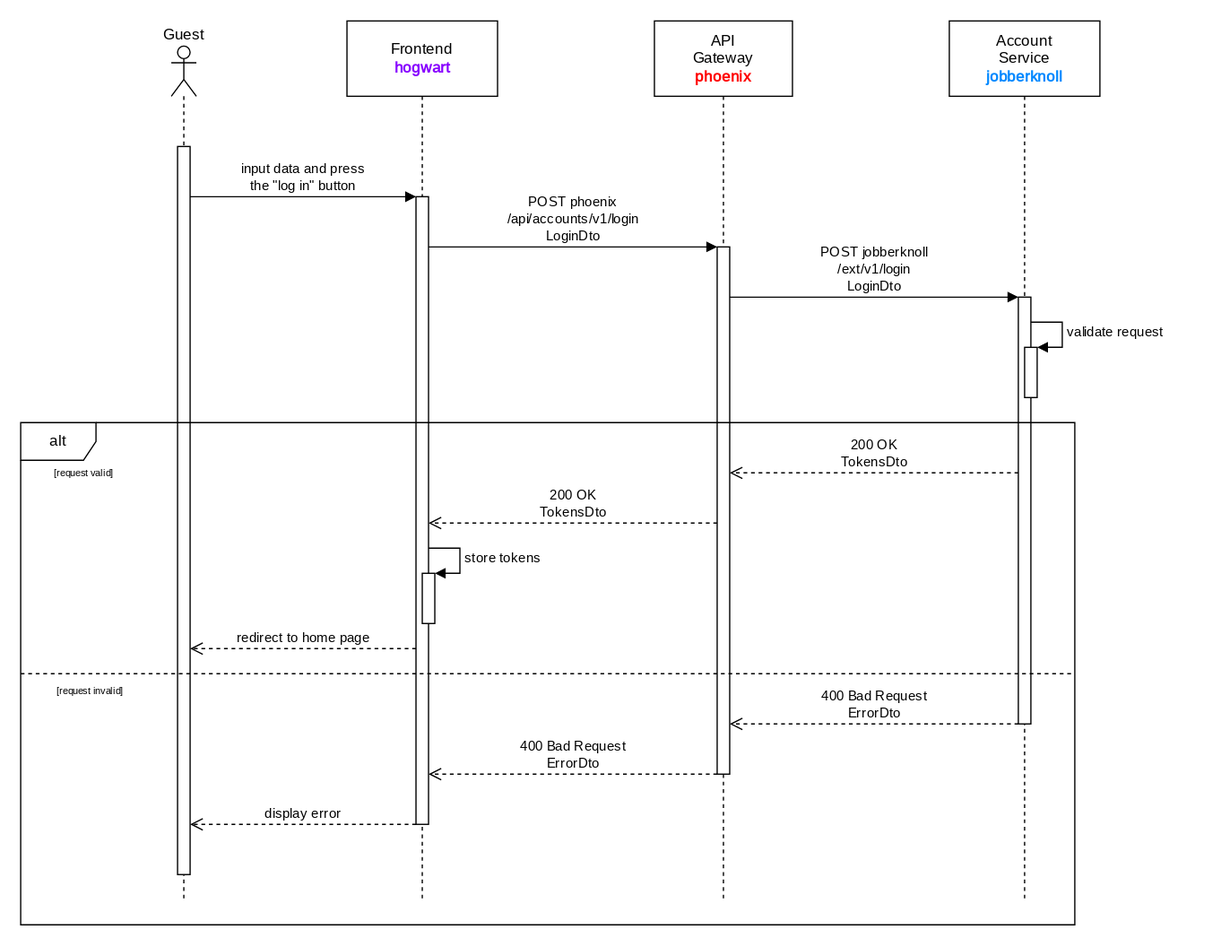
Earlier version of the draw.io export documentation/course/e2/images/sequence-diagram-jobberknoll-login.drawio.svg (PWR-ACS-SE-24/SoftwareSystemDesign). Source tidied: cells renumbered, new cells last; positions are measured from the earlier drawing's top-left corner, leaving out a move shared by most shapes. Source of this version:
```xml
<mxGraphModel>
  <root>
    <mxCell id="0" />
    <mxCell id="1" parent="0" />
    <mxCell id="2" value="&lt;div&gt;Account&lt;/div&gt;&lt;div&gt;Service&lt;/div&gt;&lt;div&gt;&lt;font color=&quot;#0088ff&quot;&gt;&lt;b&gt;jobberknoll&lt;/b&gt;&lt;/font&gt;&lt;br&gt;&lt;/div&gt;" style="shape=umlLifeline;perimeter=lifelinePerimeter;whiteSpace=wrap;html=1;newEdgeStyle={&quot;curved&quot;:0,&quot;rounded&quot;:0};size=60;fontFamily=JetBrains Mono;fontSource=https%3A%2F%2Ffonts.googleapis.com%2Fcss%3Ffamily%3DJetBrains%2BMono;" parent="1" vertex="1">
      <mxGeometry x="740" width="120" height="700" as="geometry" />
    </mxCell>
    <mxCell id="3" style="html=1;points=[[0,0,0,0,5],[0,1,0,0,-5],[1,0,0,0,5],[1,1,0,0,-5]];perimeter=orthogonalPerimeter;outlineConnect=0;targetShapes=umlLifeline;portConstraint=eastwest;newEdgeStyle={&quot;curved&quot;:0,&quot;rounded&quot;:0};fontFamily=JetBrains Mono;fontSource=https%3A%2F%2Ffonts.googleapis.com%2Fcss%3Ffamily%3DJetBrains%2BMono;" parent="2" vertex="1">
      <mxGeometry x="55" y="220" width="10" height="340" as="geometry" />
    </mxCell>
    <mxCell id="4" style="html=1;points=[[0,0,0,0,5],[0,1,0,0,-5],[1,0,0,0,5],[1,1,0,0,-5]];perimeter=orthogonalPerimeter;outlineConnect=0;targetShapes=umlLifeline;portConstraint=eastwest;newEdgeStyle={&quot;curved&quot;:0,&quot;rounded&quot;:0};fontFamily=JetBrains Mono;fontSource=https%3A%2F%2Ffonts.googleapis.com%2Fcss%3Ffamily%3DJetBrains%2BMono;" parent="2" vertex="1">
      <mxGeometry x="60" y="260" width="10" height="40" as="geometry" />
    </mxCell>
    <mxCell id="5" value="validate request" style="html=1;align=left;spacingLeft=2;endArrow=block;rounded=0;edgeStyle=orthogonalEdgeStyle;curved=0;rounded=0;fontFamily=JetBrains Mono;fontSource=https%3A%2F%2Ffonts.googleapis.com%2Fcss%3Ffamily%3DJetBrains%2BMono;" parent="2" edge="1" source="3" target="4">
      <mxGeometry relative="1" as="geometry">
        <Array as="points">
          <mxPoint x="90" y="240" />
          <mxPoint x="90" y="260" />
        </Array>
      </mxGeometry>
    </mxCell>
    <mxCell id="6" value="&lt;div&gt;API&lt;/div&gt;&lt;div&gt;Gateway&lt;/div&gt;&lt;div&gt;&lt;b&gt;&lt;font color=&quot;#ff0000&quot;&gt;phoenix&lt;/font&gt;&lt;/b&gt;&lt;br&gt;&lt;/div&gt;" style="shape=umlLifeline;perimeter=lifelinePerimeter;whiteSpace=wrap;html=1;newEdgeStyle={&quot;curved&quot;:0,&quot;rounded&quot;:0};size=60;fontFamily=JetBrains Mono;fontSource=https%3A%2F%2Ffonts.googleapis.com%2Fcss%3Ffamily%3DJetBrains%2BMono;" parent="1" vertex="1">
      <mxGeometry x="505" width="110" height="700" as="geometry" />
    </mxCell>
    <mxCell id="7" style="html=1;points=[[0,0,0,0,5],[0,1,0,0,-5],[1,0,0,0,5],[1,1,0,0,-5]];perimeter=orthogonalPerimeter;outlineConnect=0;targetShapes=umlLifeline;portConstraint=eastwest;newEdgeStyle={&quot;curved&quot;:0,&quot;rounded&quot;:0};fontFamily=JetBrains Mono;fontSource=https%3A%2F%2Ffonts.googleapis.com%2Fcss%3Ffamily%3DJetBrains%2BMono;" parent="6" vertex="1">
      <mxGeometry x="50" y="180" width="10" height="420" as="geometry" />
    </mxCell>
    <mxCell id="8" value="&lt;div&gt;&lt;font style=&quot;font-size: 11px;&quot;&gt;POST phoenix&lt;/font&gt;&lt;/div&gt;&lt;div&gt;&lt;font style=&quot;font-size: 11px;&quot;&gt;/api/accounts/v1/login&lt;/font&gt;&lt;/div&gt;LoginDto" style="html=1;verticalAlign=bottom;endArrow=block;curved=0;rounded=0;fontFamily=JetBrains Mono;fontSource=https%3A%2F%2Ffonts.googleapis.com%2Fcss%3Ffamily%3DJetBrains%2BMono;" parent="1" edge="1" source="11" target="7">
      <mxGeometry relative="1" as="geometry">
        <Array as="points">
          <mxPoint x="440" y="180" />
        </Array>
      </mxGeometry>
    </mxCell>
    <mxCell id="9" value="&lt;div&gt;&lt;font&gt;POST jobberknoll&lt;/font&gt;&lt;/div&gt;&lt;div&gt;&lt;font&gt;/ext/v1/login&lt;/font&gt;&lt;/div&gt;&lt;div&gt;&lt;font&gt;LoginDto&lt;br&gt;&lt;/font&gt;&lt;/div&gt;" style="html=1;verticalAlign=bottom;endArrow=block;curved=0;rounded=0;fontFamily=JetBrains Mono;fontSource=https%3A%2F%2Ffonts.googleapis.com%2Fcss%3Ffamily%3DJetBrains%2BMono;" parent="1" edge="1" source="7" target="3">
      <mxGeometry relative="1" as="geometry">
        <Array as="points">
          <mxPoint x="720" y="220" />
        </Array>
      </mxGeometry>
    </mxCell>
    <mxCell id="10" value="&lt;div&gt;Frontend&lt;/div&gt;&lt;div&gt;&lt;b&gt;&lt;font color=&quot;#8800ff&quot;&gt;hogwart&lt;/font&gt;&lt;/b&gt;&lt;br&gt;&lt;/div&gt;" style="shape=umlLifeline;perimeter=lifelinePerimeter;whiteSpace=wrap;html=1;newEdgeStyle={&quot;curved&quot;:0,&quot;rounded&quot;:0};size=60;fontFamily=JetBrains Mono;fontSource=https%3A%2F%2Ffonts.googleapis.com%2Fcss%3Ffamily%3DJetBrains%2BMono;" parent="1" vertex="1">
      <mxGeometry x="260" width="120" height="700" as="geometry" />
    </mxCell>
    <mxCell id="11" style="html=1;points=[[0,0,0,0,5],[0,1,0,0,-5],[1,0,0,0,5],[1,1,0,0,-5]];perimeter=orthogonalPerimeter;outlineConnect=0;targetShapes=umlLifeline;portConstraint=eastwest;newEdgeStyle={&quot;curved&quot;:0,&quot;rounded&quot;:0};fontFamily=JetBrains Mono;fontSource=https%3A%2F%2Ffonts.googleapis.com%2Fcss%3Ffamily%3DJetBrains%2BMono;" parent="10" vertex="1">
      <mxGeometry x="55" y="140" width="10" height="500" as="geometry" />
    </mxCell>
    <mxCell id="12" value="Guest" style="shape=umlLifeline;perimeter=lifelinePerimeter;whiteSpace=wrap;html=1;newEdgeStyle={&quot;curved&quot;:0,&quot;rounded&quot;:0};participant=umlActor;labelPosition=center;verticalLabelPosition=top;align=center;verticalAlign=bottom;fontFamily=JetBrains Mono;fontSource=https%3A%2F%2Ffonts.googleapis.com%2Fcss%3Ffamily%3DJetBrains%2BMono;" parent="1" vertex="1">
      <mxGeometry x="120" y="20" width="20" height="680" as="geometry" />
    </mxCell>
    <mxCell id="13" style="html=1;points=[[0,0,0,0,5],[0,1,0,0,-5],[1,0,0,0,5],[1,1,0,0,-5]];perimeter=orthogonalPerimeter;outlineConnect=0;targetShapes=umlLifeline;portConstraint=eastwest;newEdgeStyle={&quot;curved&quot;:0,&quot;rounded&quot;:0};fontFamily=JetBrains Mono;fontSource=https%3A%2F%2Ffonts.googleapis.com%2Fcss%3Ffamily%3DJetBrains%2BMono;" parent="12" vertex="1">
      <mxGeometry x="5" y="80" width="10" height="580" as="geometry" />
    </mxCell>
    <mxCell id="14" value="&lt;div&gt;input data and press&lt;/div&gt;&lt;div&gt;the &quot;log in&quot; button&lt;/div&gt;" style="html=1;verticalAlign=bottom;endArrow=block;curved=0;rounded=0;fontFamily=JetBrains Mono;fontSource=https%3A%2F%2Ffonts.googleapis.com%2Fcss%3Ffamily%3DJetBrains%2BMono;" parent="1" edge="1" source="13" target="11">
      <mxGeometry relative="1" as="geometry">
        <Array as="points">
          <mxPoint x="240" y="140" />
        </Array>
      </mxGeometry>
    </mxCell>
    <mxCell id="15" value="alt" style="shape=umlFrame;whiteSpace=wrap;html=1;fontFamily=JetBrains Mono;fontSource=https%3A%2F%2Ffonts.googleapis.com%2Fcss%3Ffamily%3DJetBrains%2BMono;" parent="1" vertex="1">
      <mxGeometry y="320" width="840" height="400" as="geometry" />
    </mxCell>
    <mxCell id="16" value="&lt;div&gt;200 OK&lt;/div&gt;&lt;div&gt;TokensDto&lt;br&gt;&lt;/div&gt;" style="html=1;verticalAlign=bottom;endArrow=open;dashed=1;endSize=8;curved=0;rounded=0;fontFamily=JetBrains Mono;fontSource=https%3A%2F%2Ffonts.googleapis.com%2Fcss%3Ffamily%3DJetBrains%2BMono;" parent="1" edge="1" source="3" target="7">
      <mxGeometry relative="1" as="geometry">
        <Array as="points">
          <mxPoint x="680" y="360" />
        </Array>
      </mxGeometry>
    </mxCell>
    <mxCell id="17" value="&lt;div&gt;200 OK&lt;/div&gt;&lt;div&gt;TokensDto&lt;br&gt;&lt;/div&gt;" style="html=1;verticalAlign=bottom;endArrow=open;dashed=1;endSize=8;curved=0;rounded=0;fontFamily=JetBrains Mono;fontSource=https%3A%2F%2Ffonts.googleapis.com%2Fcss%3Ffamily%3DJetBrains%2BMono;" parent="1" edge="1" source="7" target="11">
      <mxGeometry relative="1" as="geometry">
        <Array as="points">
          <mxPoint x="440" y="400" />
        </Array>
      </mxGeometry>
    </mxCell>
    <mxCell id="18" value="redirect to home page" style="html=1;verticalAlign=bottom;endArrow=open;dashed=1;endSize=8;curved=0;rounded=0;fontFamily=JetBrains Mono;fontSource=https%3A%2F%2Ffonts.googleapis.com%2Fcss%3Ffamily%3DJetBrains%2BMono;" parent="1" edge="1" source="11" target="13">
      <mxGeometry relative="1" as="geometry">
        <Array as="points">
          <mxPoint x="240" y="500" />
        </Array>
      </mxGeometry>
    </mxCell>
    <mxCell id="19" style="line;strokeWidth=1;fillColor=none;align=left;verticalAlign=middle;spacingTop=-1;spacingLeft=3;spacingRight=3;labelPosition=right;strokeColor=inherit;dashed=1;fontFamily=JetBrains Mono;fontSource=https%3A%2F%2Ffonts.googleapis.com%2Fcss%3Ffamily%3DJetBrains%2BMono;" parent="1" vertex="1">
      <mxGeometry y="516" width="840" height="8" as="geometry" />
    </mxCell>
    <mxCell id="20" value="[request valid]" style="text;html=1;align=center;verticalAlign=middle;strokeColor=none;fillColor=none;fontFamily=JetBrains Mono;fontSource=https%3A%2F%2Ffonts.googleapis.com%2Fcss%3Ffamily%3DJetBrains%2BMono;fontSize=8;" parent="1" vertex="1">
      <mxGeometry y="350" width="100" height="20" as="geometry" />
    </mxCell>
    <mxCell id="21" value="&lt;div&gt;400 Bad Request&lt;/div&gt;&lt;div&gt;ErrorDto&lt;br&gt;&lt;/div&gt;" style="html=1;verticalAlign=bottom;endArrow=open;dashed=1;endSize=8;curved=0;rounded=0;fontFamily=JetBrains Mono;fontSource=https%3A%2F%2Ffonts.googleapis.com%2Fcss%3Ffamily%3DJetBrains%2BMono;" parent="1" edge="1" source="3" target="7">
      <mxGeometry relative="1" as="geometry">
        <Array as="points">
          <mxPoint x="680" y="560" />
        </Array>
      </mxGeometry>
    </mxCell>
    <mxCell id="22" value="&lt;div&gt;400 Bad Request&lt;/div&gt;&lt;div&gt;ErrorDto&lt;br&gt;&lt;/div&gt;" style="html=1;verticalAlign=bottom;endArrow=open;dashed=1;endSize=8;curved=0;rounded=0;fontFamily=JetBrains Mono;fontSource=https%3A%2F%2Ffonts.googleapis.com%2Fcss%3Ffamily%3DJetBrains%2BMono;" parent="1" edge="1" source="7" target="11">
      <mxGeometry relative="1" as="geometry">
        <Array as="points">
          <mxPoint x="440" y="600" />
        </Array>
      </mxGeometry>
    </mxCell>
    <mxCell id="23" value="display error" style="html=1;verticalAlign=bottom;endArrow=open;dashed=1;endSize=8;curved=0;rounded=0;fontFamily=JetBrains Mono;fontSource=https%3A%2F%2Ffonts.googleapis.com%2Fcss%3Ffamily%3DJetBrains%2BMono;" parent="1" edge="1" source="11" target="13">
      <mxGeometry relative="1" as="geometry">
        <Array as="points">
          <mxPoint x="225" y="640" />
        </Array>
      </mxGeometry>
    </mxCell>
    <mxCell id="24" value="[request invalid]" style="text;html=1;align=center;verticalAlign=middle;strokeColor=none;fillColor=none;fontFamily=JetBrains Mono;fontSource=https%3A%2F%2Ffonts.googleapis.com%2Fcss%3Ffamily%3DJetBrains%2BMono;fontSize=8;" parent="1" vertex="1">
      <mxGeometry y="524" width="110" height="20" as="geometry" />
    </mxCell>
    <mxCell id="25" style="html=1;points=[[0,0,0,0,5],[0,1,0,0,-5],[1,0,0,0,5],[1,1,0,0,-5]];perimeter=orthogonalPerimeter;outlineConnect=0;targetShapes=umlLifeline;portConstraint=eastwest;newEdgeStyle={&quot;curved&quot;:0,&quot;rounded&quot;:0};fontFamily=JetBrains Mono;fontSource=https%3A%2F%2Ffonts.googleapis.com%2Fcss%3Ffamily%3DJetBrains%2BMono;" parent="1" vertex="1">
      <mxGeometry x="320" y="440" width="10" height="40" as="geometry" />
    </mxCell>
    <mxCell id="26" value="store tokens" style="html=1;align=left;spacingLeft=2;endArrow=block;rounded=0;edgeStyle=orthogonalEdgeStyle;curved=0;rounded=0;fontFamily=JetBrains Mono;fontSource=https%3A%2F%2Ffonts.googleapis.com%2Fcss%3Ffamily%3DJetBrains%2BMono;" parent="1" edge="1" source="11" target="25">
      <mxGeometry relative="1" as="geometry">
        <Array as="points">
          <mxPoint x="350" y="420" />
          <mxPoint x="350" y="440" />
        </Array>
      </mxGeometry>
    </mxCell>
  </root>
</mxGraphModel>
```
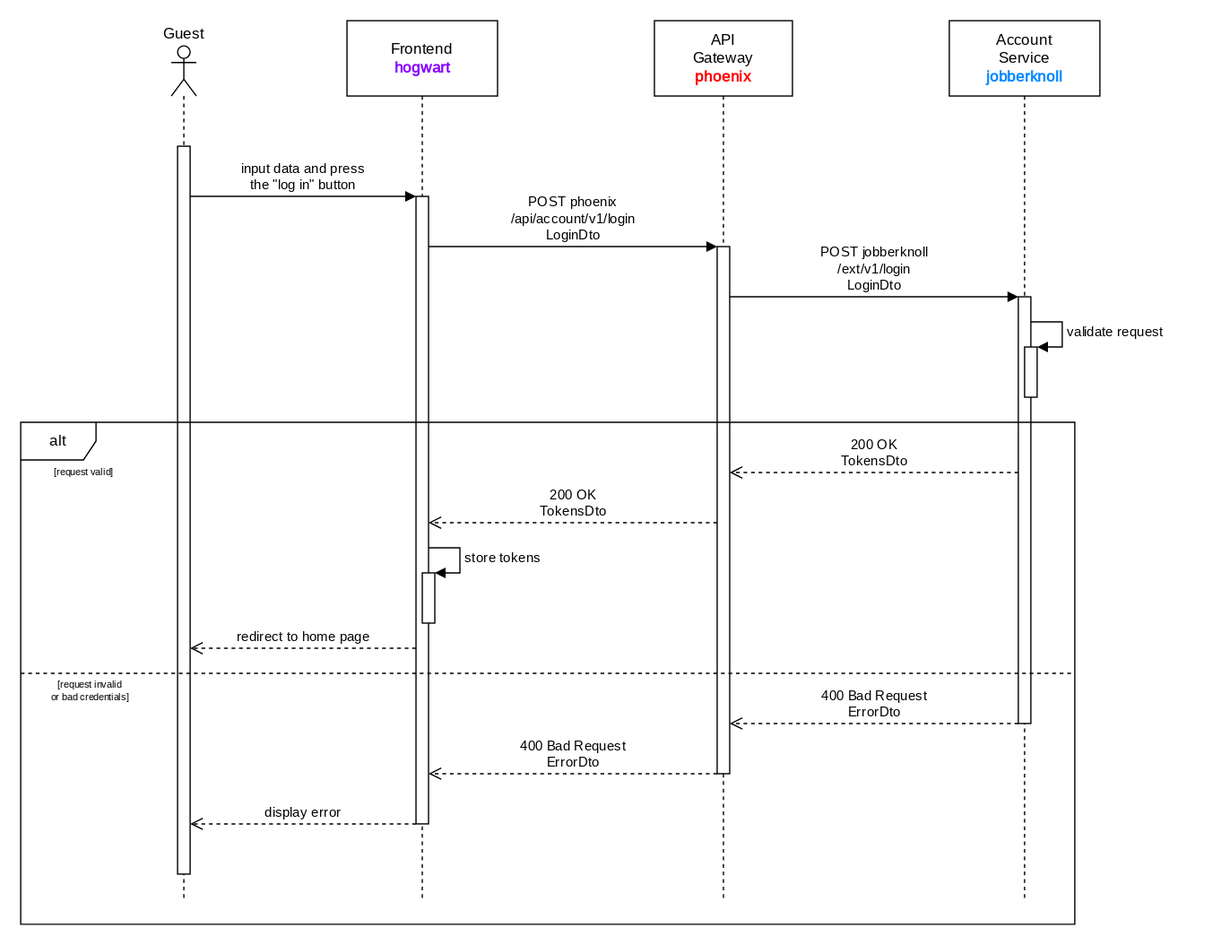
After the change.

Diff of the diagram source:
```diff
@@ -25,7 +25,7 @@
     <mxCell id="7" style="html=1;points=[[0,0,0,0,5],[0,1,0,0,-5],[1,0,0,0,5],[1,1,0,0,-5]];perimeter=orthogonalPerimeter;outlineConnect=0;targetShapes=umlLifeline;portConstraint=eastwest;newEdgeStyle={&quot;curved&quot;:0,&quot;rounded&quot;:0};fontFamily=JetBrains Mono;fontSource=https%3A%2F%2Ffonts.googleapis.com%2Fcss%3Ffamily%3DJetBrains%2BMono;" parent="6" vertex="1">
       <mxGeometry x="50" y="180" width="10" height="420" as="geometry" />
     </mxCell>
-    <mxCell id="8" value="&lt;div&gt;&lt;font style=&quot;font-size: 11px;&quot;&gt;POST phoenix&lt;/font&gt;&lt;/div&gt;&lt;div&gt;&lt;font style=&quot;font-size: 11px;&quot;&gt;/api/accounts/v1/login&lt;/font&gt;&lt;/div&gt;LoginDto" style="html=1;verticalAlign=bottom;endArrow=block;curved=0;rounded=0;fontFamily=JetBrains Mono;fontSource=https%3A%2F%2Ffonts.googleapis.com%2Fcss%3Ffamily%3DJetBrains%2BMono;" parent="1" edge="1" source="11" target="7">
+    <mxCell id="8" value="&lt;div&gt;&lt;font style=&quot;font-size: 11px;&quot;&gt;POST phoenix&lt;/font&gt;&lt;/div&gt;&lt;div&gt;&lt;font style=&quot;font-size: 11px;&quot;&gt;/api/account/v1/login&lt;/font&gt;&lt;/div&gt;LoginDto" style="html=1;verticalAlign=bottom;endArrow=block;curved=0;rounded=0;fontFamily=JetBrains Mono;fontSource=https%3A%2F%2Ffonts.googleapis.com%2Fcss%3Ffamily%3DJetBrains%2BMono;" parent="1" edge="1" source="11" target="7">
       <mxGeometry relative="1" as="geometry">
         <Array as="points">
           <mxPoint x="440" y="180" />
@@ -109,8 +109,8 @@
         </Array>
       </mxGeometry>
     </mxCell>
-    <mxCell id="24" value="[request invalid]" style="text;html=1;align=center;verticalAlign=middle;strokeColor=none;fillColor=none;fontFamily=JetBrains Mono;fontSource=https%3A%2F%2Ffonts.googleapis.com%2Fcss%3Ffamily%3DJetBrains%2BMono;fontSize=8;" parent="1" vertex="1">
-      <mxGeometry y="524" width="110" height="20" as="geometry" />
+    <mxCell id="24" value="&lt;div&gt;[request invalid&lt;/div&gt;&lt;div&gt;or bad credentials]&lt;/div&gt;" style="text;html=1;align=center;verticalAlign=middle;strokeColor=none;fillColor=none;fontFamily=JetBrains Mono;fontSource=https%3A%2F%2Ffonts.googleapis.com%2Fcss%3Ffamily%3DJetBrains%2BMono;fontSize=8;" parent="1" vertex="1">
+      <mxGeometry y="519" width="110" height="30" as="geometry" />
     </mxCell>
     <mxCell id="25" style="html=1;points=[[0,0,0,0,5],[0,1,0,0,-5],[1,0,0,0,5],[1,1,0,0,-5]];perimeter=orthogonalPerimeter;outlineConnect=0;targetShapes=umlLifeline;portConstraint=eastwest;newEdgeStyle={&quot;curved&quot;:0,&quot;rounded&quot;:0};fontFamily=JetBrains Mono;fontSource=https%3A%2F%2Ffonts.googleapis.com%2Fcss%3Ffamily%3DJetBrains%2BMono;" parent="1" vertex="1">
       <mxGeometry x="320" y="440" width="10" height="40" as="geometry" />
```
